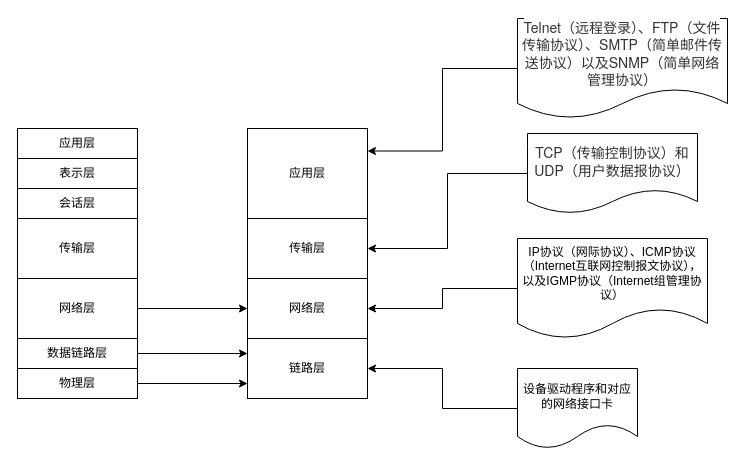
This is net/网络模型.drawio from zouyifeng/practice, a draw.io file, before an edit. Source tidied: cells renumbered, new cells numbered last; positions are measured from the earlier drawing's top-left corner, leaving out a move shared by most shapes. Both pictures are drawn from the tidied source at 100%, with x=0, y=0 at pixel (17, 18).
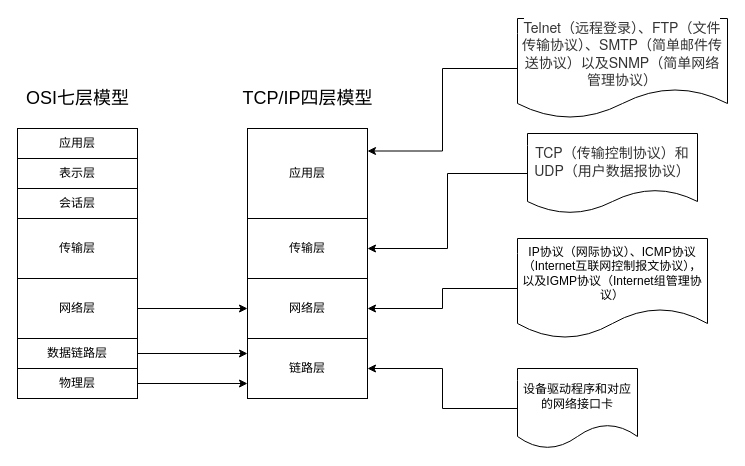
The same page after the edit.

Diff of the diagram source:
```diff
@@
+    <mxCell id="24" value="&lt;font style=&quot;font-size: 18px&quot;&gt;TCP/IP四层模型&lt;/font&gt;" style="text;html=1;align=center;verticalAlign=middle;" parent="1" vertex="1">
+      <mxGeometry x="215" y="70" width="150" height="20" as="geometry" />
+    </mxCell>
+    <mxCell id="25" value="&lt;font style=&quot;font-size: 18px&quot;&gt;OSI七层模型&lt;/font&gt;" style="text;html=1;align=center;verticalAlign=middle;" parent="1" vertex="1">
+      <mxGeometry y="70" width="120" height="20" as="geometry" />
+    </mxCell>
```
